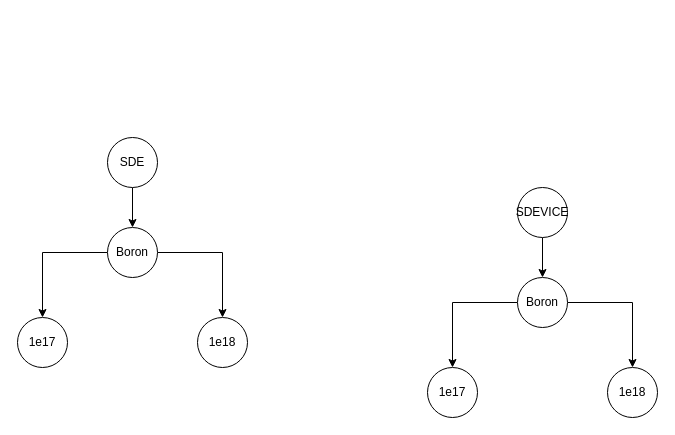
This is 未命名绘图.drawio from zhangtaohbwh/common, a draw.io file, before an edit. Source tidied: cells renumbered, new cells numbered last; positions are measured from the earlier drawing's top-left corner, leaving out a move shared by most shapes. Both pictures are drawn from the tidied source at 100%, with x=0, y=0 at pixel (17, 137).
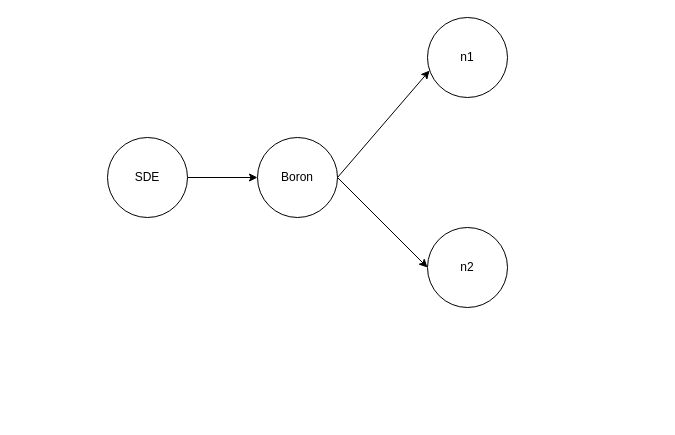
After the change.

The edit, as a diff of the source:
```diff
@@
 <mxGraphModel>
   <root>
     <mxCell id="0" />
     <mxCell id="1" parent="0" />
-    <mxCell id="2" style="edgeStyle=orthogonalEdgeStyle;rounded=0;jettySize=auto;html=1;entryX=0.5;entryY=0;entryDx=0;entryDy=0;" parent="1" edge="1" source="3" target="6">
-      <mxGeometry relative="1" as="geometry" />
-    </mxCell>
     <mxCell id="3" value="SDE" style="ellipse;whiteSpace=wrap;html=1;" parent="1" vertex="1">
-      <mxGeometry x="90" width="50" height="50" as="geometry" />
+      <mxGeometry x="90" width="80" height="80" as="geometry" />
     </mxCell>
-    <mxCell id="4" style="edgeStyle=orthogonalEdgeStyle;rounded=0;jettySize=auto;html=1;entryX=0.5;entryY=0;entryDx=0;entryDy=0;" parent="1" edge="1" source="6" target="7">
-      <mxGeometry relative="1" as="geometry" />
-    </mxCell>
-    <mxCell id="5" style="edgeStyle=orthogonalEdgeStyle;rounded=0;jettySize=auto;html=1;entryX=0.5;entryY=0;entryDx=0;entryDy=0;" parent="1" edge="1" source="6" target="8">
-      <mxGeometry relative="1" as="geometry" />
-    </mxCell>
-    <mxCell id="6" value="Boron" style="ellipse;whiteSpace=wrap;html=1;" parent="1" vertex="1">
-      <mxGeometry x="90" y="90" width="50" height="50" as="geometry" />
-    </mxCell>
-    <mxCell id="7" value="1e17" style="ellipse;whiteSpace=wrap;html=1;" parent="1" vertex="1">
-      <mxGeometry y="180" width="50" height="50" as="geometry" />
-    </mxCell>
-    <mxCell id="8" value="1e18" style="ellipse;whiteSpace=wrap;html=1;" parent="1" vertex="1">
-      <mxGeometry x="180" y="180" width="50" height="50" as="geometry" />
-    </mxCell>
-    <mxCell id="9" style="edgeStyle=orthogonalEdgeStyle;rounded=0;jettySize=auto;html=1;entryX=0.5;entryY=0;entryDx=0;entryDy=0;" parent="1" edge="1" source="10" target="13">
-      <mxGeometry relative="1" as="geometry" />
-    </mxCell>
-    <mxCell id="10" value="SDEVICE&lt;br&gt;" style="ellipse;whiteSpace=wrap;html=1;" parent="1" vertex="1">
-      <mxGeometry x="500" y="50" width="50" height="50" as="geometry" />
-    </mxCell>
-    <mxCell id="11" style="edgeStyle=orthogonalEdgeStyle;rounded=0;jettySize=auto;html=1;entryX=0.5;entryY=0;entryDx=0;entryDy=0;" parent="1" edge="1" source="13" target="14">
-      <mxGeometry relative="1" as="geometry" />
-    </mxCell>
-    <mxCell id="12" style="edgeStyle=orthogonalEdgeStyle;rounded=0;jettySize=auto;html=1;entryX=0.5;entryY=0;entryDx=0;entryDy=0;" parent="1" edge="1" source="13" target="15">
-      <mxGeometry relative="1" as="geometry" />
-    </mxCell>
-    <mxCell id="13" value="Boron" style="ellipse;whiteSpace=wrap;html=1;" parent="1" vertex="1">
-      <mxGeometry x="500" y="140" width="50" height="50" as="geometry" />
-    </mxCell>
-    <mxCell id="14" value="1e17" style="ellipse;whiteSpace=wrap;html=1;" parent="1" vertex="1">
-      <mxGeometry x="410" y="230" width="50" height="50" as="geometry" />
-    </mxCell>
-    <mxCell id="15" value="1e18" style="ellipse;whiteSpace=wrap;html=1;" parent="1" vertex="1">
-      <mxGeometry x="590" y="230" width="50" height="50" as="geometry" />
-    </mxCell>
+    <mxCell id="16" value="Boron" style="ellipse;whiteSpace=wrap;html=1;" parent="1" vertex="1">
+      <mxGeometry x="240" width="80" height="80" as="geometry" />
+    </mxCell>
+    <mxCell id="17" value="n1" style="ellipse;whiteSpace=wrap;html=1;" parent="1" vertex="1">
+      <mxGeometry x="410" y="-120" width="80" height="80" as="geometry" />
+    </mxCell>
+    <mxCell id="18" value="n2" style="ellipse;whiteSpace=wrap;html=1;" parent="1" vertex="1">
+      <mxGeometry x="410" y="90" width="80" height="80" as="geometry" />
+    </mxCell>
+    <mxCell id="19" style="endArrow=classic;html=1;rounded=0;exitX=1;exitY=0.5;exitDx=0;exitDy=0;entryX=0;entryY=0.5;entryDx=0;entryDy=0;" parent="1" edge="1" source="3" target="16">
+      <mxGeometry relative="1" as="geometry" />
+    </mxCell>
+    <mxCell id="20" style="endArrow=classic;html=1;rounded=0;entryX=0.025;entryY=0.663;entryDx=0;entryDy=0;entryPerimeter=0;" parent="1" edge="1" target="17">
+      <mxGeometry relative="1" as="geometry">
+        <mxPoint x="320" y="40" as="sourcePoint" />
+      </mxGeometry>
+    </mxCell>
+    <mxCell id="21" style="endArrow=classic;html=1;rounded=0;entryX=0;entryY=0.5;entryDx=0;entryDy=0;" parent="1" edge="1" target="18">
+      <mxGeometry relative="1" as="geometry">
+        <mxPoint x="320" y="40" as="sourcePoint" />
+      </mxGeometry>
+    </mxCell>
   </root>
 </mxGraphModel>
```
